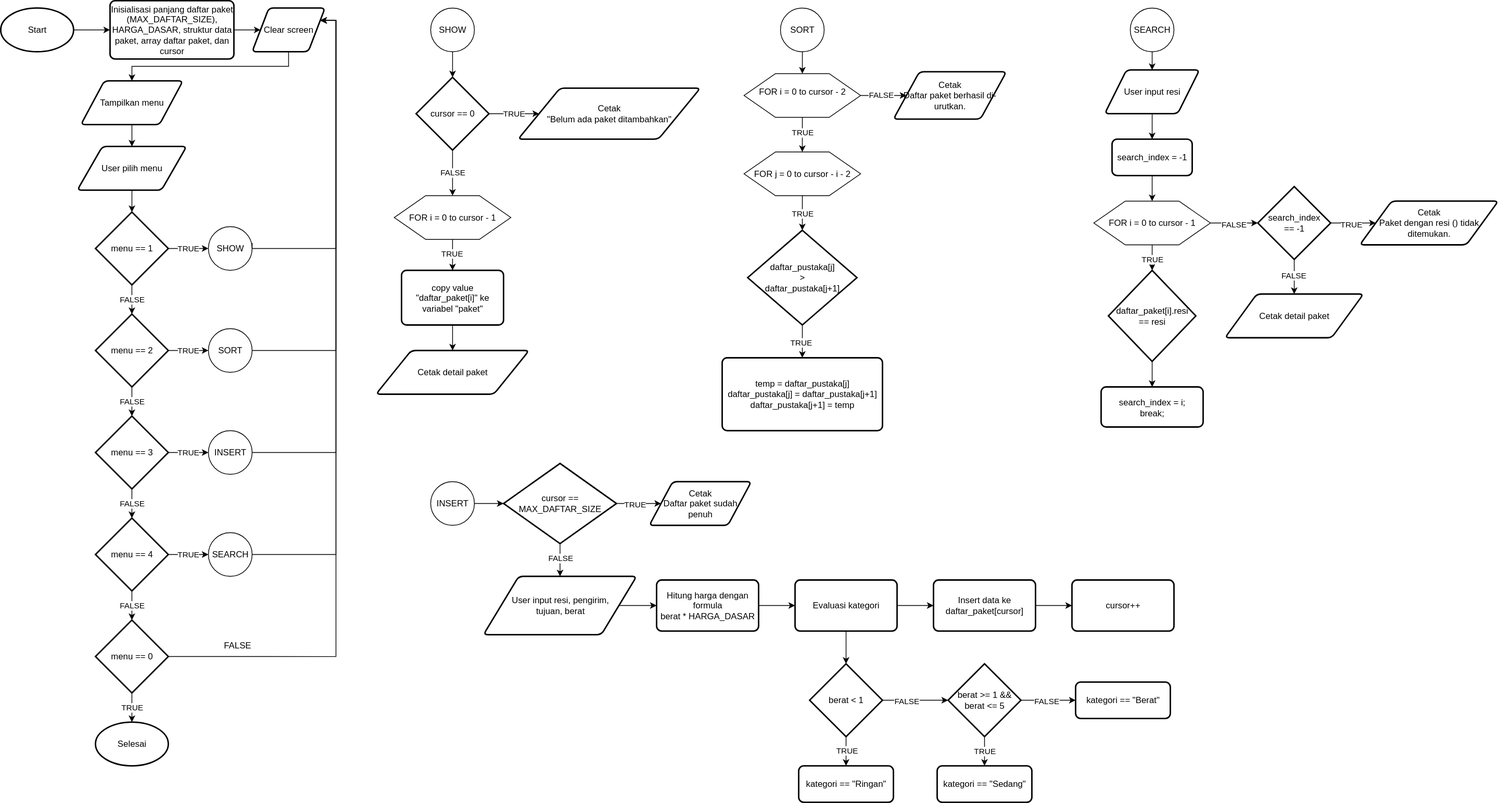
Above: Flowchart_UAS_Alpro.svg in navetacandra/UAS_Algoritma_Pemrograman (draw.io), before the change. Source tidied: cells renumbered, new cells last; positions are measured from the earlier drawing's top-left corner, leaving out a move shared by most shapes.
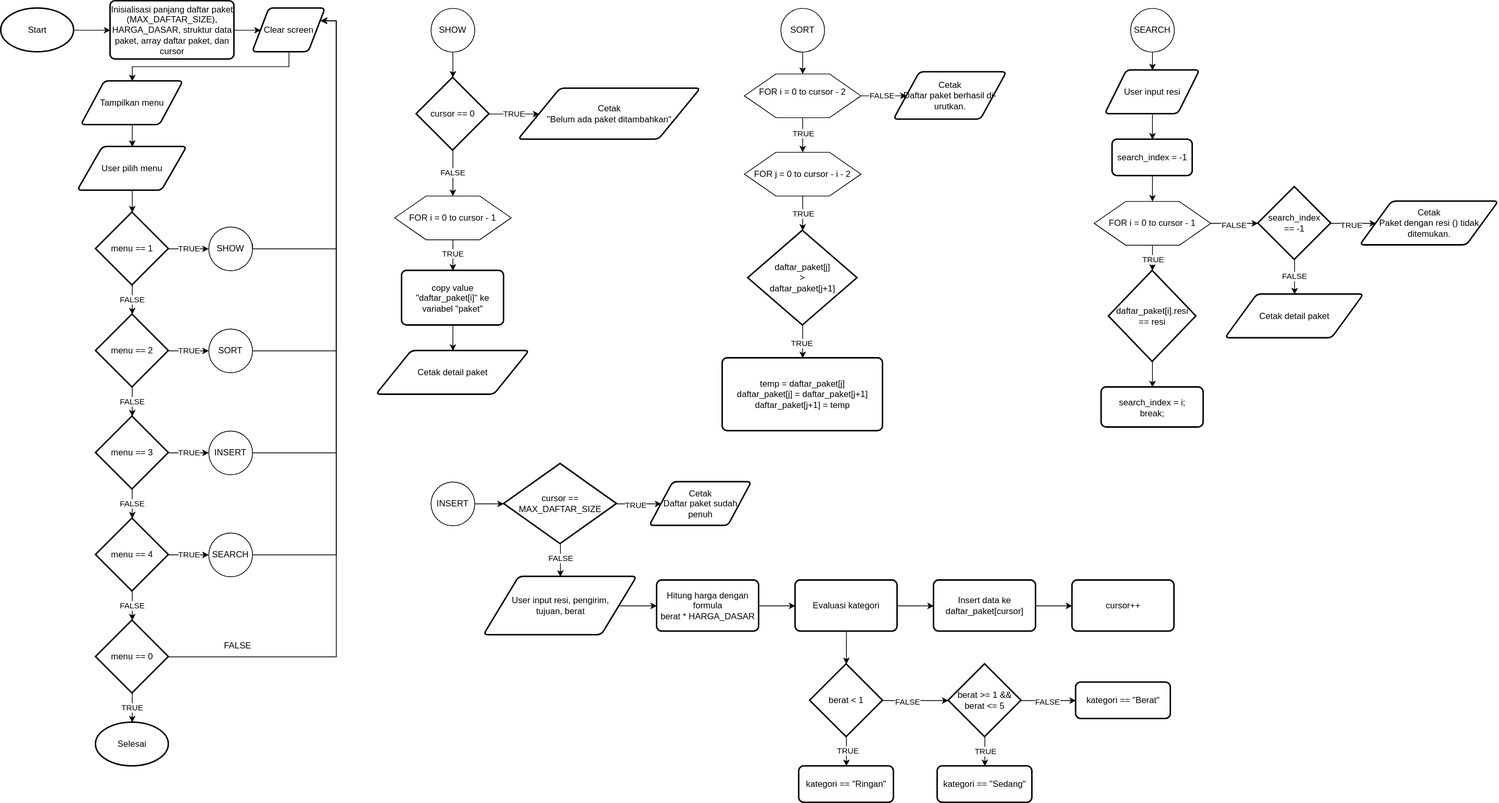
Later version of the same file.

Change to the diagram source:
```diff
@@ -214,10 +214,10 @@
     <mxCell id="63" value="TRUE" style="edgeLabel;html=1;align=center;verticalAlign=middle;" parent="62" vertex="1">
       <mxGeometry x="0.08" y="-2" relative="1" as="geometry" />
     </mxCell>
-    <mxCell id="64" value="daftar_pustaka[j]&lt;br&gt;&amp;gt;&lt;br&gt;daftar_pustaka[j+1]" style="strokeWidth=2;html=1;shape=mxgraph.flowchart.decision;whiteSpace=wrap;" parent="1" vertex="1">
+    <mxCell id="64" value="daftar_paket[j]&lt;br&gt;&amp;gt;&lt;br&gt;daftar_paket[j+1]" style="strokeWidth=2;html=1;shape=mxgraph.flowchart.decision;whiteSpace=wrap;" parent="1" vertex="1">
       <mxGeometry x="1025" y="315" width="150" height="130" as="geometry" />
     </mxCell>
-    <mxCell id="65" value="temp = daftar_pustaka[j]&lt;br&gt;daftar_pustaka[j] = daftar_pustaka[j+1]&lt;br&gt;daftar_pustaka[j+1] = temp" style="rounded=1;whiteSpace=wrap;html=1;absoluteArcSize=1;arcSize=14;strokeWidth=2;" parent="1" vertex="1">
+    <mxCell id="65" value="temp = daftar_paket[j]&lt;br&gt;daftar_paket[j] = daftar_paket[j+1]&lt;br&gt;daftar_paket[j+1] = temp" style="rounded=1;whiteSpace=wrap;html=1;absoluteArcSize=1;arcSize=14;strokeWidth=2;" parent="1" vertex="1">
       <mxGeometry x="990" y="490" width="220" height="100" as="geometry" />
     </mxCell>
     <mxCell id="66" style="edgeStyle=orthogonalEdgeStyle;rounded=0;jettySize=auto;html=1;" parent="1" edge="1" source="67" target="76">
```
